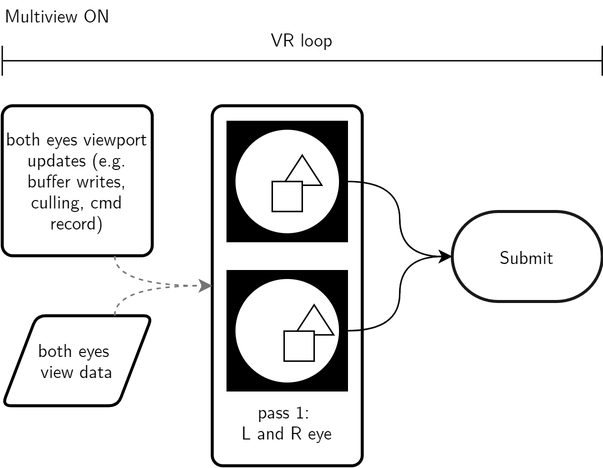
Above: Thesis/pictures/MView_On.png in HavocInferno/VulCulling_Doc (draw.io), before the change. Source tidied: cells renumbered, new cells last; positions are measured from the earlier drawing's top-left corner, leaving out a move shared by most shapes.
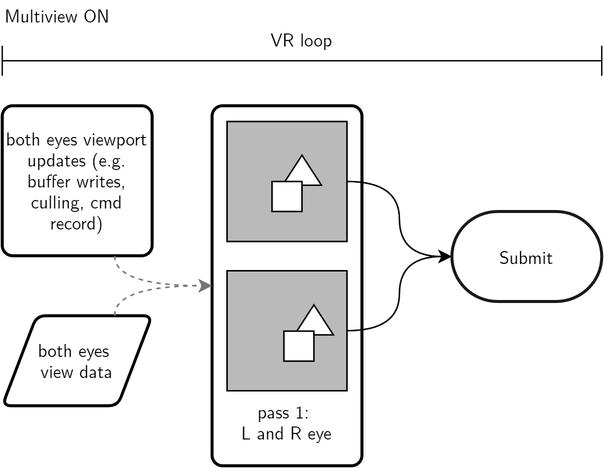
The same file after the commit.

Commit message:
update/fix MFFR/MView flowcharts

Change to the diagram source:
```diff
@@ -14,66 +14,54 @@
     <mxCell id="5" value="&lt;font face=&quot;Computer Modern&quot;&gt;&lt;br&gt;&lt;br&gt;&lt;br&gt;&lt;br&gt;&lt;br&gt;&lt;br&gt;&lt;br&gt;&lt;br&gt;&lt;br&gt;&lt;br&gt;&lt;br&gt;&lt;br&gt;&lt;br&gt;pass 1:&amp;nbsp;&lt;br&gt;L and R eye&lt;/font&gt;" style="rounded=1;whiteSpace=wrap;html=1;absoluteArcSize=1;arcSize=14;strokeWidth=2;" parent="2" vertex="1">
       <mxGeometry x="140" y="70" width="100" height="240" as="geometry" />
     </mxCell>
-    <mxCell id="6" style="group;" parent="2" vertex="1">
-      <mxGeometry x="150" y="180" width="80" height="80" as="geometry" />
+    <mxCell id="6" value="&lt;span&gt;Multiview ON&lt;/span&gt;" style="text;html=1;strokeColor=none;fillColor=none;align=left;verticalAlign=middle;whiteSpace=wrap;rounded=0;opacity=90;fontFamily=Computer Modern;FType=w;fontStyle=0;" parent="2" vertex="1">
+      <mxGeometry width="200" height="20" as="geometry" />
     </mxCell>
-    <mxCell id="7" style="whiteSpace=wrap;html=1;fillColor=#000000;" parent="6" vertex="1">
-      <mxGeometry width="80" height="80" as="geometry" />
+    <mxCell id="7" value="&lt;font face=&quot;Computer Modern&quot;&gt;Submit&lt;/font&gt;" style="strokeWidth=2;html=1;shape=mxgraph.flowchart.terminator;whiteSpace=wrap;fillColor=#FFFFFF;opacity=90;" parent="2" vertex="1">
+      <mxGeometry x="300" y="140.5" width="100" height="60" as="geometry" />
     </mxCell>
-    <mxCell id="8" style="ellipse;whiteSpace=wrap;html=1;fillColor=#FFFFFF;" parent="6" vertex="1">
-      <mxGeometry x="5" y="5" width="70" height="70" as="geometry" />
+    <mxCell id="8" style="edgeStyle=orthogonalEdgeStyle;curved=1;rounded=0;jettySize=auto;html=1;exitX=1;exitY=0.5;exitDx=0;exitDy=0;entryX=0;entryY=0.5;entryDx=0;entryDy=0;entryPerimeter=0;" parent="2" edge="1" source="16" target="7">
+      <mxGeometry relative="1" as="geometry" />
     </mxCell>
-    <mxCell id="9" style="triangle;whiteSpace=wrap;html=1;fillColor=#FFFFFF;rotation=-90;" parent="6" vertex="1">
-      <mxGeometry x="47.9" y="19.8" width="20" height="26" as="geometry" />
+    <mxCell id="9" value="&lt;font face=&quot;Computer Modern&quot;&gt;VR loop&lt;br&gt;&lt;br&gt;&lt;br&gt;&lt;/font&gt;" style="shape=crossbar;whiteSpace=wrap;html=1;rounded=1;strokeColor=#000000;fillColor=#000000;opacity=90;" parent="2" vertex="1">
+      <mxGeometry y="30" width="400" height="20" as="geometry" />
     </mxCell>
-    <mxCell id="10" style="whiteSpace=wrap;html=1;fillColor=#FFFFFF;" parent="6" vertex="1">
-      <mxGeometry x="37.9" y="40.2" width="20" height="20" as="geometry" />
+    <mxCell id="10" style="edgeStyle=orthogonalEdgeStyle;curved=1;rounded=0;jettySize=auto;html=1;exitX=1;exitY=0.5;exitDx=0;exitDy=0;entryX=0;entryY=0.5;entryDx=0;entryDy=0;entryPerimeter=0;sourcePerimeterSpacing=7;strokeColor=#000000;strokeWidth=1;" parent="2" edge="1" target="7">
+      <mxGeometry relative="1" as="geometry">
+        <mxPoint x="230" y="120.5" as="sourcePoint" />
+      </mxGeometry>
     </mxCell>
-    <mxCell id="11" style="group;" parent="2" vertex="1">
-      <mxGeometry x="150" y="80.5" width="80" height="80" as="geometry" />
+    <mxCell id="11" style="edgeStyle=orthogonalEdgeStyle;curved=1;rounded=0;jettySize=auto;html=1;exitX=0.75;exitY=1;exitDx=0;exitDy=0;strokeColor=#757575;dashed=1;entryX=0;entryY=0.5;entryDx=0;entryDy=0;" parent="2" edge="1" source="3" target="5">
+      <mxGeometry relative="1" as="geometry">
+        <Array as="points">
+          <mxPoint x="75" y="190" />
+        </Array>
+      </mxGeometry>
     </mxCell>
-    <mxCell id="12" style="whiteSpace=wrap;html=1;fillColor=#000000;" parent="11" vertex="1">
-      <mxGeometry width="80" height="80" as="geometry" />
+    <mxCell id="12" style="edgeStyle=orthogonalEdgeStyle;curved=1;rounded=0;jettySize=auto;html=1;exitX=0.75;exitY=0;exitDx=0;exitDy=0;strokeColor=#757575;dashed=1;entryX=0;entryY=0.5;entryDx=0;entryDy=0;" parent="2" edge="1" source="4" target="5">
+      <mxGeometry relative="1" as="geometry">
+        <Array as="points">
+          <mxPoint x="75" y="190" />
+        </Array>
+      </mxGeometry>
     </mxCell>
-    <mxCell id="13" style="ellipse;whiteSpace=wrap;html=1;fillColor=#FFFFFF;" parent="11" vertex="1">
-      <mxGeometry x="5" y="5" width="70" height="70" as="geometry" />
+    <mxCell id="13" style="whiteSpace=wrap;html=1;fillColor=#BABABA;" parent="2" vertex="1">
+      <mxGeometry x="150" y="80.5" width="80" height="80" as="geometry" />
     </mxCell>
-    <mxCell id="14" style="triangle;whiteSpace=wrap;html=1;fillColor=#FFFFFF;rotation=-90;" parent="11" vertex="1">
-      <mxGeometry x="40" y="19.5" width="20" height="26" as="geometry" />
+    <mxCell id="14" style="triangle;whiteSpace=wrap;html=1;fillColor=#FFFFFF;rotation=-90;" parent="2" vertex="1">
+      <mxGeometry x="190" y="100" width="20" height="26" as="geometry" />
     </mxCell>
-    <mxCell id="15" style="whiteSpace=wrap;html=1;fillColor=#FFFFFF;" parent="11" vertex="1">
-      <mxGeometry x="30" y="40" width="20" height="20" as="geometry" />
+    <mxCell id="15" style="whiteSpace=wrap;html=1;fillColor=#FFFFFF;" parent="2" vertex="1">
+      <mxGeometry x="180" y="120.5" width="20" height="20" as="geometry" />
     </mxCell>
-    <mxCell id="16" value="&lt;span&gt;Multiview ON&lt;/span&gt;" style="text;html=1;strokeColor=none;fillColor=none;align=left;verticalAlign=middle;whiteSpace=wrap;rounded=0;opacity=90;fontFamily=Computer Modern;FType=w;fontStyle=0;" parent="2" vertex="1">
-      <mxGeometry width="200" height="20" as="geometry" />
+    <mxCell id="16" style="whiteSpace=wrap;html=1;fillColor=#BABABA;" parent="2" vertex="1">
+      <mxGeometry x="150" y="180" width="80" height="80" as="geometry" />
     </mxCell>
-    <mxCell id="17" value="&lt;font face=&quot;Computer Modern&quot;&gt;Submit&lt;/font&gt;" style="strokeWidth=2;html=1;shape=mxgraph.flowchart.terminator;whiteSpace=wrap;fillColor=#FFFFFF;opacity=90;" parent="2" vertex="1">
-      <mxGeometry x="300" y="140.5" width="100" height="60" as="geometry" />
+    <mxCell id="17" style="triangle;whiteSpace=wrap;html=1;fillColor=#FFFFFF;rotation=-90;" parent="2" vertex="1">
+      <mxGeometry x="197.9" y="199.8" width="20" height="26" as="geometry" />
     </mxCell>
-    <mxCell id="18" style="edgeStyle=orthogonalEdgeStyle;curved=1;rounded=0;jettySize=auto;html=1;exitX=1;exitY=0.5;exitDx=0;exitDy=0;entryX=0;entryY=0.5;entryDx=0;entryDy=0;entryPerimeter=0;" parent="2" edge="1" source="7" target="17">
-      <mxGeometry relative="1" as="geometry" />
+    <mxCell id="18" style="whiteSpace=wrap;html=1;fillColor=#FFFFFF;" parent="2" vertex="1">
+      <mxGeometry x="187.9" y="220.2" width="20" height="20" as="geometry" />
     </mxCell>
-    <mxCell id="19" value="&lt;font face=&quot;Computer Modern&quot;&gt;VR loop&lt;br&gt;&lt;br&gt;&lt;br&gt;&lt;/font&gt;" style="shape=crossbar;whiteSpace=wrap;html=1;rounded=1;strokeColor=#000000;fillColor=#000000;opacity=90;" parent="2" vertex="1">
-      <mxGeometry y="30" width="400" height="20" as="geometry" />
-    </mxCell>
-    <mxCell id="20" style="edgeStyle=orthogonalEdgeStyle;curved=1;rounded=0;jettySize=auto;html=1;exitX=1;exitY=0.5;exitDx=0;exitDy=0;entryX=0;entryY=0.5;entryDx=0;entryDy=0;entryPerimeter=0;sourcePerimeterSpacing=7;strokeColor=#000000;strokeWidth=1;" parent="2" edge="1" target="17">
-      <mxGeometry relative="1" as="geometry">
-        <mxPoint x="230" y="120.5" as="sourcePoint" />
-      </mxGeometry>
-    </mxCell>
-    <mxCell id="21" style="edgeStyle=orthogonalEdgeStyle;curved=1;rounded=0;jettySize=auto;html=1;exitX=0.75;exitY=1;exitDx=0;exitDy=0;strokeColor=#757575;dashed=1;entryX=0;entryY=0.5;entryDx=0;entryDy=0;" parent="2" edge="1" source="3" target="5">
-      <mxGeometry relative="1" as="geometry">
-        <Array as="points">
-          <mxPoint x="75" y="190" />
-        </Array>
-      </mxGeometry>
-    </mxCell>
-    <mxCell id="22" style="edgeStyle=orthogonalEdgeStyle;curved=1;rounded=0;jettySize=auto;html=1;exitX=0.75;exitY=0;exitDx=0;exitDy=0;strokeColor=#757575;dashed=1;entryX=0;entryY=0.5;entryDx=0;entryDy=0;" parent="2" edge="1" source="4" target="5">
-      <mxGeometry relative="1" as="geometry">
-        <Array as="points">
-          <mxPoint x="75" y="190" />
-        </Array>
-      </mxGeometry>
-    </mxCell>
   </root>
 </mxGraphModel>
```
